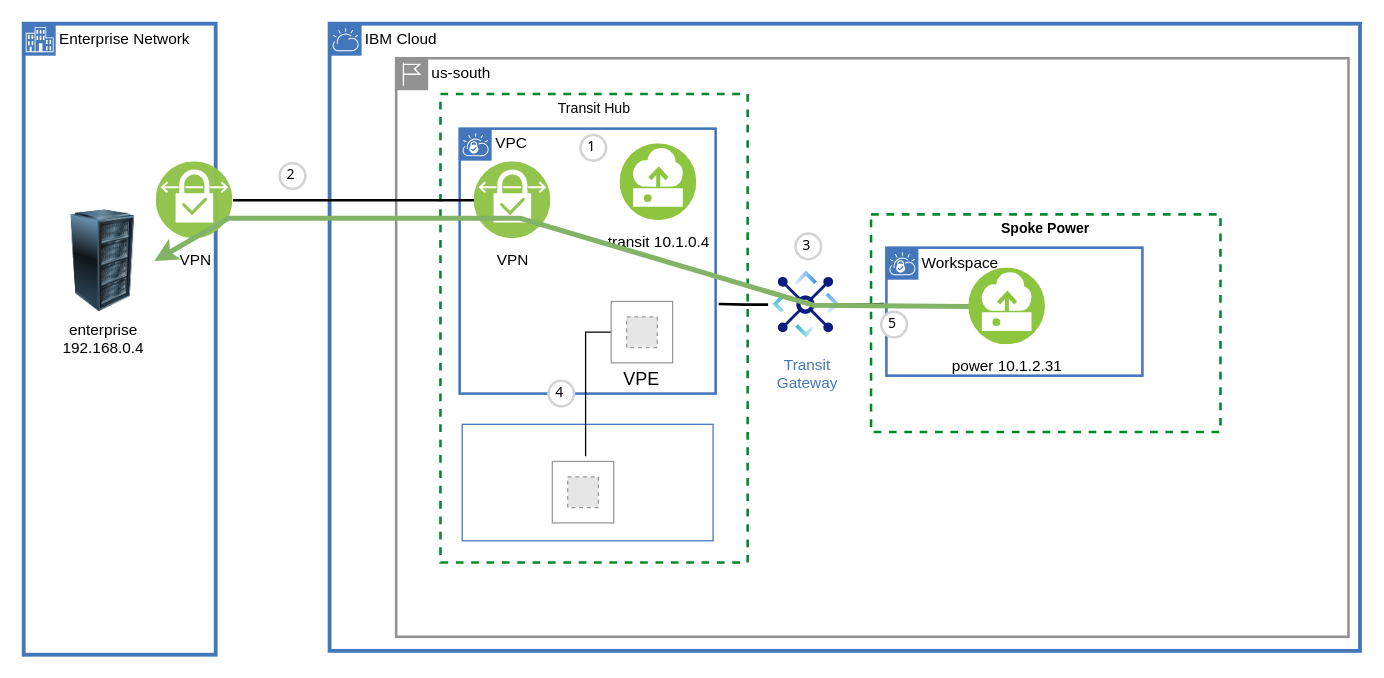
The draw.io diagram page "overview-power" (5 of 23) of images/vpc-transit.drawio in IBM-Cloud/vpc-transit, before the edit. Source tidied: cells renumbered, new cells numbered last; positions are measured from the earlier drawing's top-left corner, leaving out a move shared by most shapes. Both pictures are drawn from the tidied source at 128%, with x=0, y=0 at pixel (23, 23). Pictures stored in the file or linked from it are replaced by grey dashed boxes.
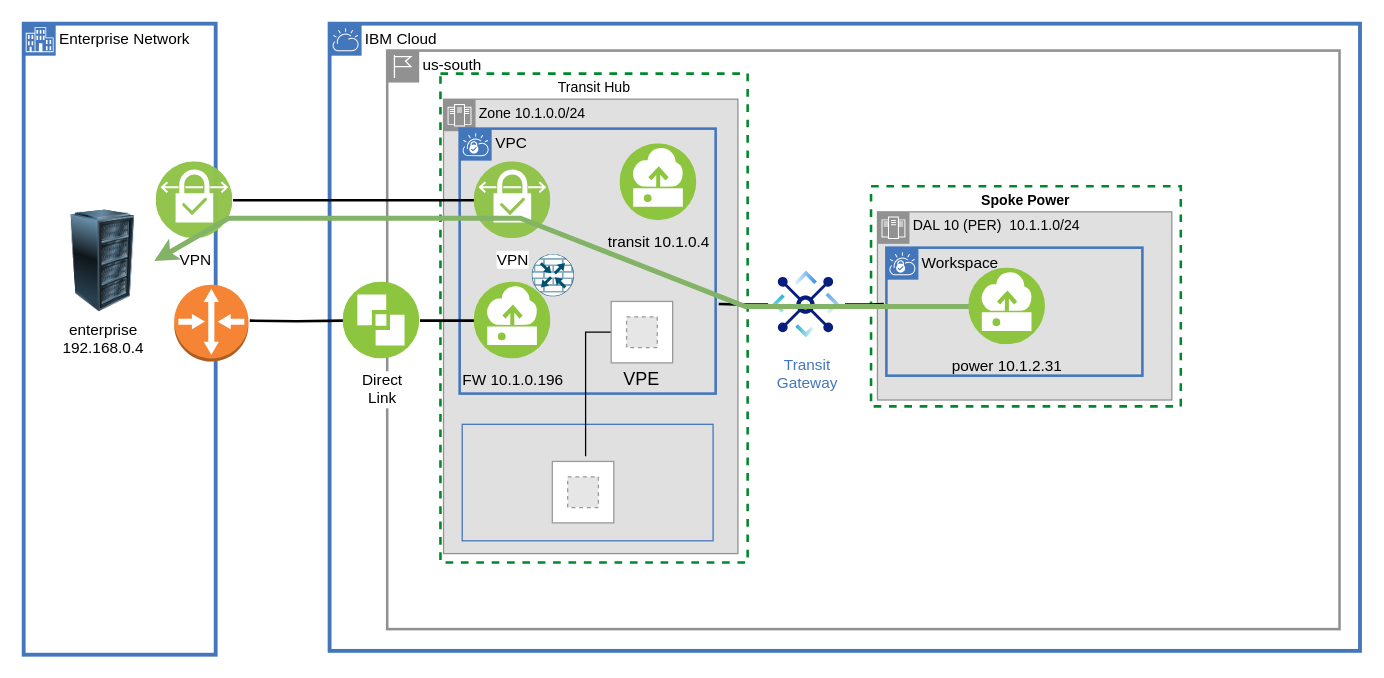
The same page after the edit.

The change refers to these unchanged cells:
```xml
<mxCell id="15" value="power&amp;nbsp;10.1.2.31" style="perimeter=ellipsePerimeter;html=1;align=center;shadow=0;dashed=0;fontColor=black;fontSize=12;spacingTop=3;image;image=img/lib/ibm/vpc/Instance.svg;overflow=visible;noLabel=0;labelBackgroundColor=none;" parent="1" vertex="1">
  <mxGeometry x="738.4" y="191" width="60" height="60" as="geometry" />
</mxCell>
<mxCell id="16" value="enterprise&lt;br&gt;192.168.0.4" style="image;html=1;image=img/lib/clip_art/computers/Server_Rack_128x128.png;noLabel=0;labelBackgroundColor=none;" parent="1" vertex="1">
  <mxGeometry x="22" y="145.5" width="80" height="80" as="geometry" />
</mxCell>
```

The edit, as a diff of the source:
```diff
@@
     <mxCell id="3" value="&lt;span style=&quot;font-weight: normal;&quot;&gt;us-south&lt;/span&gt;" style="shape=mxgraph.ibm.box;prType=region;fontStyle=1;verticalAlign=top;align=left;spacingLeft=32;spacingTop=4;fillColor=none;rounded=0;whiteSpace=wrap;html=1;strokeColor=#919191;strokeWidth=2;spacing=-4;" parent="1" vertex="1">
-      <mxGeometry x="291" y="27" width="744" height="452" as="geometry" />
+      <mxGeometry x="284" y="21" width="744" height="452" as="geometry" />
     </mxCell>
+    <mxCell id="6" value="&lt;b&gt;Spoke Power&lt;/b&gt;" style="fontStyle=0;verticalAlign=top;align=center;spacingTop=-2;fillColor=none;rounded=0;whiteSpace=wrap;html=1;strokeColor=#00882B;strokeWidth=2;dashed=1;shadow=0;labelBackgroundColor=none;fontFamily=Helvetica;fontSize=11;fontColor=default;" parent="1" vertex="1">
+      <mxGeometry x="662" y="127" width="242" height="172" as="geometry" />
+    </mxCell>
+    <mxCell id="34" value="DAL 10 (PER)&amp;nbsp; 10.1.1.0/24" style="shape=mxgraph.ibm.box;prType=zone;fontStyle=0;verticalAlign=top;align=left;spacingLeft=32;spacingTop=4;fillColor=#E0E0E0;rounded=0;whiteSpace=wrap;html=1;strokeColor=#919191;strokeWidth=1;dashed=0;spacing=-4;fontFamily=Helvetica;fontSize=11;fontColor=default;" parent="1" vertex="1">
+      <mxGeometry x="667" y="147" width="230" height="147" as="geometry" />
+    </mxCell>
     <mxCell id="4" value="Transit Hub" style="fontStyle=0;verticalAlign=top;align=center;spacingTop=-2;fillColor=none;rounded=0;whiteSpace=wrap;html=1;strokeColor=#00882B;strokeWidth=2;dashed=1;shadow=0;labelBackgroundColor=none;fontFamily=Helvetica;fontSize=11;fontColor=default;" parent="1" vertex="1">
-      <mxGeometry x="325.6" y="55" width="240" height="366" as="geometry" />
+      <mxGeometry x="325.6" y="39" width="240" height="382" as="geometry" />
     </mxCell>
+    <mxCell id="35" value="Zone 10.1.0.0/24" style="shape=mxgraph.ibm.box;prType=zone;fontStyle=0;verticalAlign=top;align=left;spacingLeft=32;spacingTop=4;fillColor=#E0E0E0;rounded=0;whiteSpace=wrap;html=1;strokeColor=#919191;strokeWidth=1;dashed=0;spacing=-4;fontFamily=Helvetica;fontSize=11;fontColor=default;" parent="1" vertex="1">
+      <mxGeometry x="328" y="59" width="230" height="355" as="geometry" />
+    </mxCell>
@@
-    <mxCell id="6" value="&lt;b&gt;Spoke Power&lt;/b&gt;" style="fontStyle=0;verticalAlign=top;align=center;spacingTop=-2;fillColor=none;rounded=0;whiteSpace=wrap;html=1;strokeColor=#00882B;strokeWidth=2;dashed=1;shadow=0;labelBackgroundColor=none;fontFamily=Helvetica;fontSize=11;fontColor=default;" parent="1" vertex="1">
-      <mxGeometry x="662" y="149" width="273" height="170" as="geometry" />
-    </mxCell>
@@
-    <mxCell id="26" parent="0" />
-    <mxCell id="27" value="3" style="ellipse;whiteSpace=wrap;html=1;strokeWidth=2;fontFamily=Tahoma;spacingBottom=4;spacingRight=2;strokeColor=#d3d3d3;fontSize=11;fontColor=default;" parent="26" vertex="1">
-      <mxGeometry x="603" y="164" width="20" height="20" as="geometry" />
-    </mxCell>
-    <mxCell id="28" value="5" style="ellipse;whiteSpace=wrap;html=1;strokeWidth=2;fontFamily=Tahoma;spacingBottom=4;spacingRight=2;strokeColor=#d3d3d3;fontSize=11;fontColor=default;" parent="26" vertex="1">
-      <mxGeometry x="670" y="225" width="20" height="20" as="geometry" />
-    </mxCell>
-    <mxCell id="29" value="4" style="ellipse;whiteSpace=wrap;html=1;strokeWidth=2;fontFamily=Tahoma;spacingBottom=4;spacingRight=2;strokeColor=#d3d3d3;fontSize=11;fontColor=default;" parent="26" vertex="1">
-      <mxGeometry x="410" y="279" width="20" height="20" as="geometry" />
-    </mxCell>
-    <mxCell id="30" value="1" style="ellipse;whiteSpace=wrap;html=1;strokeWidth=2;fontFamily=Tahoma;spacingBottom=4;spacingRight=2;strokeColor=#d3d3d3;fontSize=11;fontColor=default;" parent="26" vertex="1">
-      <mxGeometry x="435" y="87" width="20" height="20" as="geometry" />
-    </mxCell>
-    <mxCell id="31" value="2" style="ellipse;whiteSpace=wrap;html=1;strokeWidth=2;fontFamily=Tahoma;spacingBottom=4;spacingRight=2;strokeColor=#d3d3d3;fontSize=11;fontColor=default;" parent="26" vertex="1">
-      <mxGeometry x="200" y="109" width="20" height="20" as="geometry" />
-    </mxCell>
+    <mxCell id="36" parent="0" />
+    <mxCell id="37" style="dashed=0;verticalLabelPosition=bottom;verticalAlign=top;align=center;html=1;shape=mxgraph.aws3.router;fillColor=#F58534;gradientColor=none;fontFamily=Helvetica;fontSize=11;fontColor=default;" parent="36" vertex="1">
+      <mxGeometry x="117.6" y="204" width="58" height="60" as="geometry" />
+    </mxCell>
+    <mxCell id="38" style="edgeStyle=orthogonalEdgeStyle;shape=connector;rounded=0;jettySize=auto;html=1;entryX=0;entryY=0.5;entryDx=0;entryDy=0;labelBackgroundColor=default;strokeColor=default;strokeWidth=2;align=center;verticalAlign=middle;fontFamily=Helvetica;fontSize=11;fontColor=default;endArrow=none;endFill=0;" parent="36" edge="1" target="39">
+      <mxGeometry relative="1" as="geometry">
+        <mxPoint x="176.6" y="232" as="sourcePoint" />
+      </mxGeometry>
+    </mxCell>
+    <mxCell id="39" value="Direct&lt;br&gt;Link" style="image;perimeter=ellipsePerimeter;html=1;align=center;shadow=0;dashed=0;fontColor=#000000;labelBackgroundColor=default;fontSize=12;spacingTop=3;image=img/lib/ibm/vpc/DirectLink.svg;" parent="36" vertex="1">
+      <mxGeometry x="249.6" y="202" width="60" height="60" as="geometry" />
+    </mxCell>
+    <mxCell id="40" style="edgeStyle=orthogonalEdgeStyle;shape=connector;rounded=0;jettySize=auto;html=1;entryX=0;entryY=0.5;entryDx=0;entryDy=0;labelBackgroundColor=default;strokeColor=default;strokeWidth=2;align=center;verticalAlign=middle;fontFamily=Helvetica;fontSize=11;fontColor=default;endArrow=none;endFill=0;" parent="36" edge="1" source="39" target="41">
+      <mxGeometry relative="1" as="geometry" />
+    </mxCell>
+    <mxCell id="41" value="FW 10.1.0.196" style="perimeter=ellipsePerimeter;html=1;align=center;shadow=0;dashed=0;fontColor=black;fontSize=12;spacingTop=3;image;image=img/lib/ibm/vpc/Instance.svg;overflow=visible;noLabel=0;labelBackgroundColor=none;" parent="36" vertex="1">
+      <mxGeometry x="352" y="202" width="60" height="60" as="geometry" />
+    </mxCell>
+    <mxCell id="42" style="sketch=0;verticalLabelPosition=bottom;html=1;verticalAlign=top;align=center;shape=mxgraph.cisco19.rect;prIcon=router_with_firewall;fillColor=#FAFAFA;strokeColor=#005073;shadow=0;dashed=0;labelBackgroundColor=none;fontFamily=Helvetica;fontSize=12;fontColor=black;" parent="36" vertex="1">
+      <mxGeometry x="397" y="180" width="33" height="33" as="geometry" />
+    </mxCell>
@@
     <mxCell id="33" style="endArrow=none;startArrow=classic;html=1;rounded=0;shadow=0;sketch=0;strokeWidth=4;jumpStyle=arc;jumpSize=6;fillColor=#d5e8d4;strokeColor=#82b366;exitX=1;exitY=0.5;exitDx=0;exitDy=0;endFill=0;entryX=0;entryY=0.5;entryDx=0;entryDy=0;" parent="32" edge="1" source="16" target="15">
       <mxGeometry relative="1" as="geometry">
         <Array as="points">
           <mxPoint x="160" y="152" />
           <mxPoint x="388" y="152" />
-          <mxPoint x="617" y="220" />
+          <mxPoint x="564" y="221" />
         </Array>
       </mxGeometry>
     </mxCell>
```
